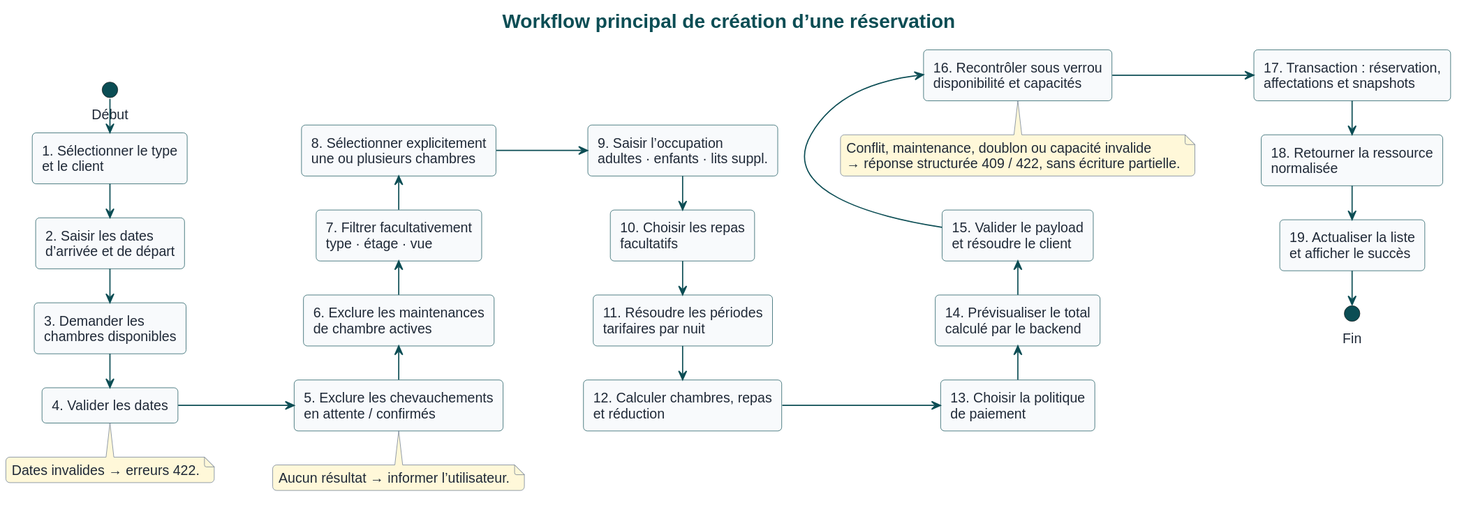
This is Restore/documentation/diagrams/svg/06-reservation-workflow.svg from Abdel-CH7/Hotel_project, a PlantUML export, as it was before one commit.
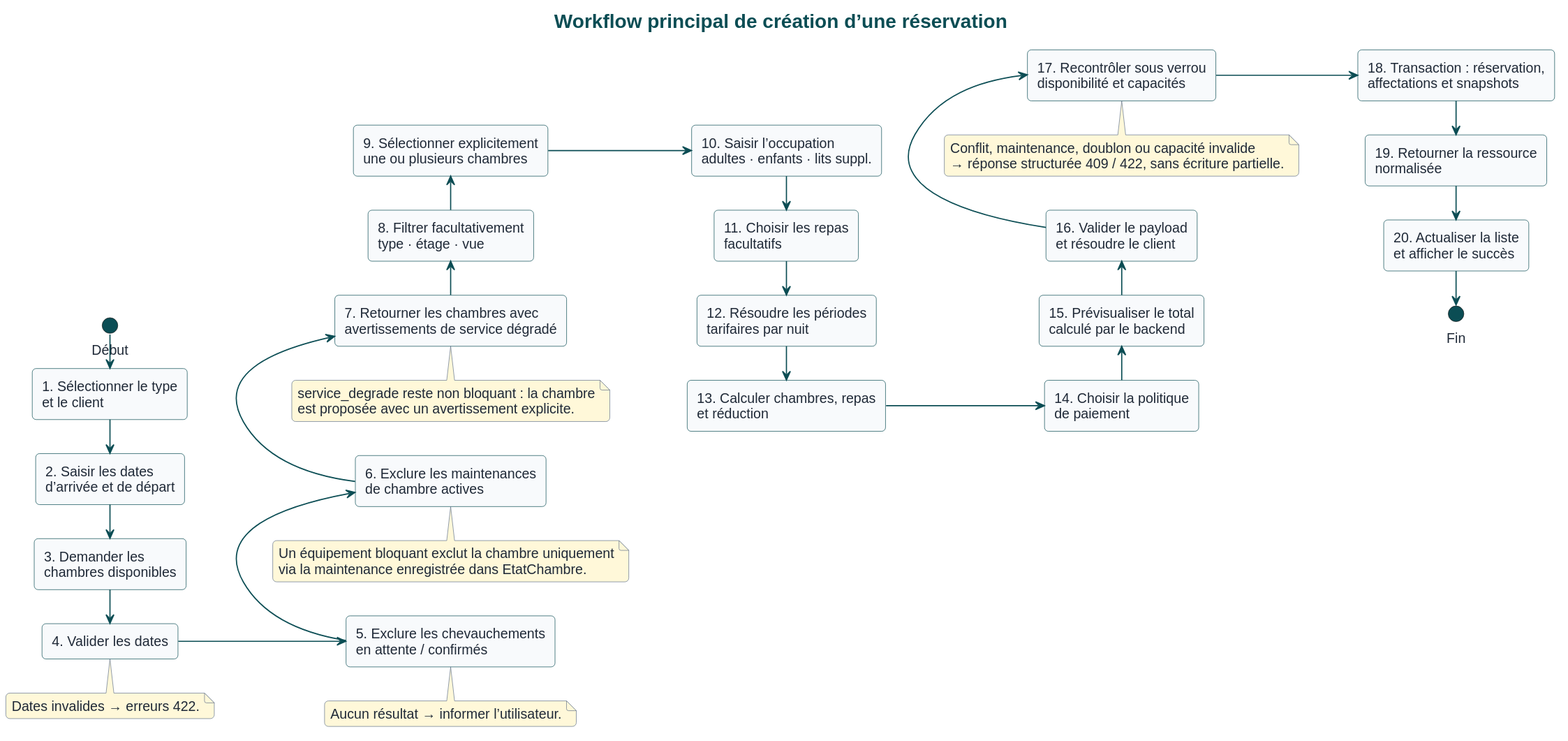
The same file after the commit.

Change to the diagram source:
```diff
@@ -9,24 +9,25 @@
 rectangle "3. Demander les\nchambres disponibles" as C
 rectangle "4. Valider les dates" as D
 
-rectangle "8. Sélectionner explicitement\nune ou plusieurs chambres" as H
-rectangle "7. Filtrer facultativement\ntype · étage · vue" as G
+rectangle "9. Sélectionner explicitement\nune ou plusieurs chambres" as H
+rectangle "8. Filtrer facultativement\ntype · étage · vue" as G
+rectangle "7. Retourner les chambres avec\navertissements de service dégradé" as W
 rectangle "6. Exclure les maintenances\nde chambre actives" as F
 rectangle "5. Exclure les chevauchements\nen attente / confirmés" as E
 
-rectangle "9. Saisir l’occupation\nadultes · enfants · lits suppl." as I
-rectangle "10. Choisir les repas\nfacultatifs" as J
-rectangle "11. Résoudre les périodes\ntarifaires par nuit" as K
-rectangle "12. Calculer chambres, repas\net réduction" as L
+rectangle "10. Saisir l’occupation\nadultes · enfants · lits suppl." as I
+rectangle "11. Choisir les repas\nfacultatifs" as J
+rectangle "12. Résoudre les périodes\ntarifaires par nuit" as K
+rectangle "13. Calculer chambres, repas\net réduction" as L
 
-rectangle "16. Recontrôler sous verrou\ndisponibilité et capacités" as P
-rectangle "15. Valider le payload\net résoudre le client" as O
-rectangle "14. Prévisualiser le total\ncalculé par le backend" as N
-rectangle "13. Choisir la politique\nde paiement" as M
+rectangle "17. Recontrôler sous verrou\ndisponibilité et capacités" as P
+rectangle "16. Valider le payload\net résoudre le client" as O
+rectangle "15. Prévisualiser le total\ncalculé par le backend" as N
+rectangle "14. Choisir la politique\nde paiement" as M
 
-rectangle "17. Transaction : réservation,\naffectations et snapshots" as Q
-rectangle "18. Retourner la ressource\nnormalisée" as R
-rectangle "19. Actualiser la liste\net afficher le succès" as S
+rectangle "18. Transaction : réservation,\naffectations et snapshots" as Q
+rectangle "19. Retourner la ressource\nnormalisée" as R
+rectangle "20. Actualiser la liste\net afficher le succès" as S
 circle "Fin" as End #0B4D54
 
 Start -right-> A
@@ -35,7 +36,8 @@
 C -right-> D
 D -down-> E
 E -left-> F
-F -left-> G
+F -left-> W
+W -left-> G
 G -left-> H
 H -down-> I
 I -right-> J
@@ -56,6 +58,14 @@
 note bottom of E
   Aucun résultat → informer l’utilisateur.
 end note
+note bottom of F
+  Un équipement bloquant exclut la chambre uniquement
+  via la maintenance enregistrée dans EtatChambre.
+end note
+note bottom of W
+  service_degrade reste non bloquant : la chambre
+  est proposée avec un avertissement explicite.
+end note
 note bottom of P
   Conflit, maintenance, doublon ou capacité invalide
   → réponse structurée 409 / 422, sans écriture partielle.
```
